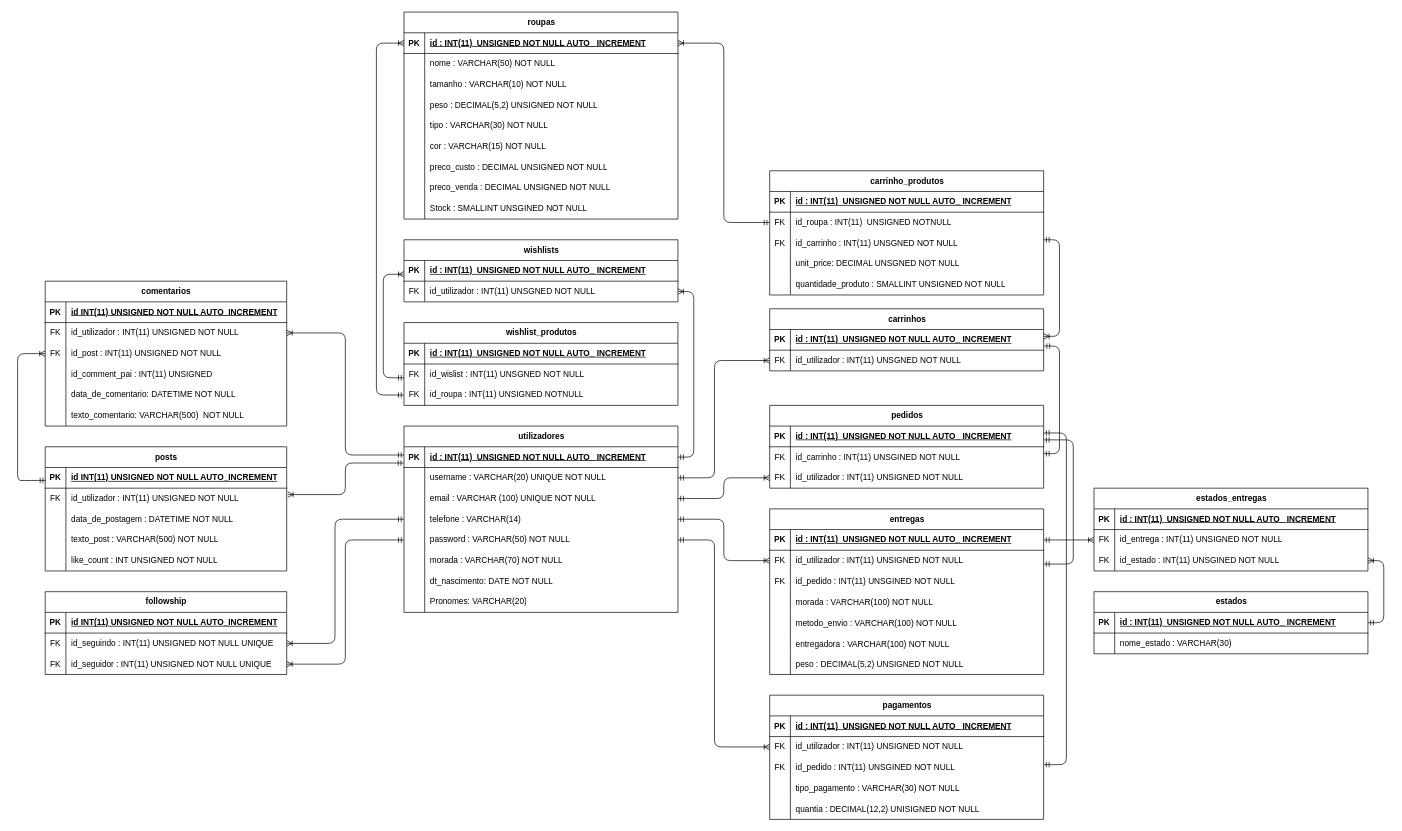
Earlier version of the draw.io diagram 00_PAP_Codigos/Modelo ER/imoral_modelo_er.dio (FabioVitok/PAP). Source tidied: cells renumbered, new cells numbered last; positions are measured from the earlier drawing's top-left corner, leaving out a move shared by most shapes. Both pictures are drawn from the tidied source at 69%, with x=0, y=0 at pixel (17, 12).
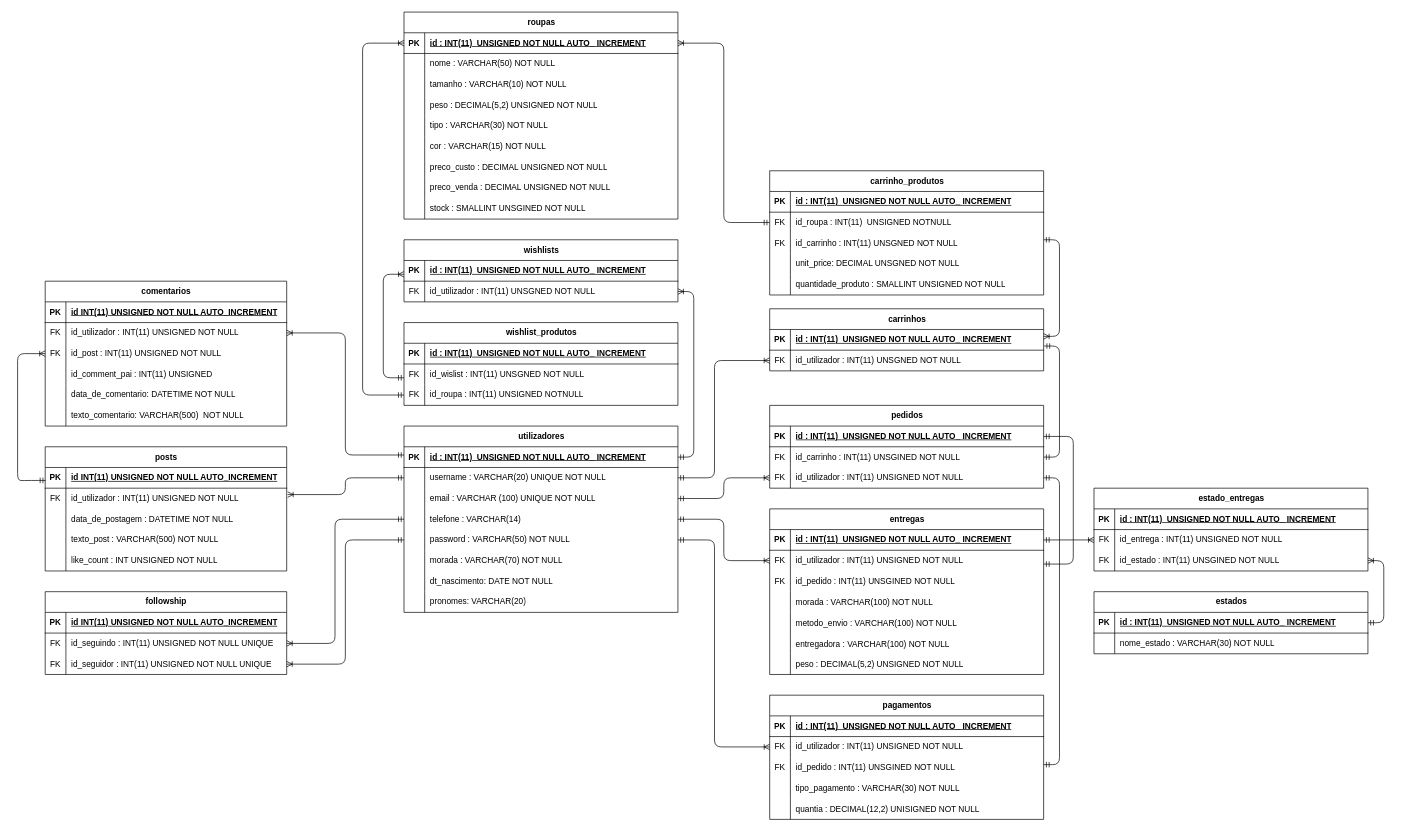
After the change.

The change refers to these unchanged cells:
```xml
<mxCell id="6" style="shape=tableRow;horizontal=0;startSize=0;swimlaneHead=0;swimlaneBody=0;fillColor=none;points=[[0,0.5],[1,0.5]];portConstraint=eastwest;top=0;left=0;right=0;bottom=0;" parent="2" vertex="1">
  <mxGeometry y="60" width="350" height="30" as="geometry" />
</mxCell>
<mxCell id="19" style="shape=tableRow;horizontal=0;startSize=0;swimlaneHead=0;swimlaneBody=0;fillColor=none;points=[[0,0.5],[1,0.5]];portConstraint=eastwest;top=0;left=0;right=0;bottom=1;" parent="18" vertex="1">
  <mxGeometry y="30" width="397" height="30" as="geometry" />
</mxCell>
<mxCell id="22" style="shape=tableRow;horizontal=0;startSize=0;swimlaneHead=0;swimlaneBody=0;fillColor=none;points=[[0,0.5],[1,0.5]];portConstraint=eastwest;top=0;left=0;right=0;bottom=0;" parent="18" vertex="1">
  <mxGeometry y="60" width="397" height="30" as="geometry" />
</mxCell>
<mxCell id="40" style="shape=tableRow;horizontal=0;startSize=0;swimlaneHead=0;swimlaneBody=0;fillColor=none;top=0;left=0;right=0;bottom=0;" parent="18" vertex="1">
  <mxGeometry y="240" width="397" height="30" as="geometry" />
</mxCell>
<mxCell id="44" style="shape=tableRow;horizontal=0;startSize=0;swimlaneHead=0;swimlaneBody=0;fillColor=none;points=[[0,0.5],[1,0.5]];portConstraint=eastwest;top=0;left=0;right=0;bottom=1;" parent="43" vertex="1">
  <mxGeometry y="30" width="397" height="30" as="geometry" />
</mxCell>
<mxCell id="68" style="shape=tableRow;horizontal=0;startSize=0;swimlaneHead=0;swimlaneBody=0;fillColor=none;top=0;left=0;right=0;bottom=0;" parent="43" vertex="1">
  <mxGeometry y="270" width="397" height="30" as="geometry" />
</mxCell>
<mxCell id="101" style="shape=tableRow;horizontal=0;startSize=0;swimlaneHead=0;swimlaneBody=0;fillColor=none;points=[[0,0.5],[1,0.5]];portConstraint=eastwest;top=0;left=0;right=0;bottom=1;" parent="100" vertex="1">
  <mxGeometry y="30" width="397" height="30" as="geometry" />
</mxCell>
<mxCell id="104" style="shape=tableRow;horizontal=0;startSize=0;swimlaneHead=0;swimlaneBody=0;fillColor=none;points=[[0,0.5],[1,0.5]];portConstraint=eastwest;top=0;left=0;right=0;bottom=0;" parent="100" vertex="1">
  <mxGeometry y="60" width="397" height="30" as="geometry" />
</mxCell>
<mxCell id="107" style="shape=tableRow;horizontal=0;startSize=0;swimlaneHead=0;swimlaneBody=0;fillColor=none;points=[[0,0.5],[1,0.5]];portConstraint=eastwest;top=0;left=0;right=0;bottom=0;" parent="100" vertex="1">
  <mxGeometry y="90" width="397" height="30" as="geometry" />
</mxCell>
<mxCell id="111" style="shape=tableRow;horizontal=0;startSize=0;swimlaneHead=0;swimlaneBody=0;fillColor=none;points=[[0,0.5],[1,0.5]];portConstraint=eastwest;top=0;left=0;right=0;bottom=1;" parent="110" vertex="1">
  <mxGeometry y="30" width="397" height="30" as="geometry" />
</mxCell>
<mxCell id="140" style="shape=tableRow;horizontal=0;startSize=0;swimlaneHead=0;swimlaneBody=0;fillColor=none;points=[[0,0.5],[1,0.5]];portConstraint=eastwest;top=0;left=0;right=0;bottom=0;" parent="133" vertex="1">
  <mxGeometry y="90" width="397" height="30" as="geometry" />
</mxCell>
<mxCell id="185" style="shape=tableRow;horizontal=0;startSize=0;swimlaneHead=0;swimlaneBody=0;fillColor=none;points=[[0,0.5],[1,0.5]];portConstraint=eastwest;top=0;left=0;right=0;bottom=0;" parent="178" vertex="1">
  <mxGeometry y="90" width="397" height="30" as="geometry" />
</mxCell>
<mxCell id="216" style="shape=tableRow;horizontal=0;startSize=0;swimlaneHead=0;swimlaneBody=0;fillColor=none;top=0;left=0;right=0;bottom=0;" parent="212" vertex="1">
  <mxGeometry y="60" width="397" height="30" as="geometry" />
</mxCell>
```

The edit, as a diff of the source:
```diff
@@
-    <mxCell id="42" value="Pronomes: VARCHAR(20)" style="shape=partialRectangle;fillColor=none;top=0;left=0;bottom=0;right=0;align=left;spacingLeft=6;overflow=hidden;whiteSpace=wrap;html=1;" parent="40" vertex="1">
+    <mxCell id="42" value="pronomes: VARCHAR(20)" style="shape=partialRectangle;fillColor=none;top=0;left=0;bottom=0;right=0;align=left;spacingLeft=6;overflow=hidden;whiteSpace=wrap;html=1;" parent="40" vertex="1">
       <mxGeometry x="30" width="367" height="30" as="geometry" />
     </mxCell>
@@
-    <mxCell id="70" value="Stock : SMALLINT UNSGINED NOT NULL" style="shape=partialRectangle;fillColor=none;top=0;left=0;bottom=0;right=0;align=left;spacingLeft=6;overflow=hidden;whiteSpace=wrap;html=1;" parent="68" vertex="1">
+    <mxCell id="70" value="stock : SMALLINT UNSGINED NOT NULL" style="shape=partialRectangle;fillColor=none;top=0;left=0;bottom=0;right=0;align=left;spacingLeft=6;overflow=hidden;whiteSpace=wrap;html=1;" parent="68" vertex="1">
       <mxGeometry x="30" width="367" height="30" as="geometry" />
     </mxCell>
@@
-    <mxCell id="189" style="edgeStyle=orthogonalEdgeStyle;html=1;exitX=1.004;exitY=0.309;exitDx=0;exitDy=0;entryX=-0.001;entryY=0.784;entryDx=0;entryDy=0;endArrow=ERmandOne;endFill=0;startArrow=ERoneToMany;startFill=0;entryPerimeter=0;exitPerimeter=0;" parent="1" edge="1" source="6" target="19">
+    <mxCell id="189" style="edgeStyle=orthogonalEdgeStyle;html=1;exitX=1.004;exitY=0.309;exitDx=0;exitDy=0;entryX=0;entryY=0.5;entryDx=0;entryDy=0;endArrow=ERmandOne;endFill=0;startArrow=ERoneToMany;startFill=0;exitPerimeter=0;" parent="1" edge="1" source="6" target="22">
       <mxGeometry relative="1" as="geometry" />
     </mxCell>
@@
-    <mxCell id="194" style="edgeStyle=orthogonalEdgeStyle;html=1;entryX=1.002;entryY=0.8;entryDx=0;entryDy=0;endArrow=ERmandOne;endFill=0;startArrow=ERmandOne;startFill=0;exitX=1;exitY=0.5;exitDx=0;exitDy=0;entryPerimeter=0;" parent="1" edge="1" target="111">
+    <mxCell id="194" style="edgeStyle=orthogonalEdgeStyle;html=1;entryX=1.002;entryY=0.8;entryDx=0;entryDy=0;endArrow=ERmandOne;endFill=0;startArrow=ERmandOne;startFill=0;exitX=1;exitY=0.5;exitDx=0;exitDy=0;entryPerimeter=0;" parent="1" edge="1" source="104" target="111">
       <mxGeometry relative="1" as="geometry">
-        <mxPoint x="1487" y="640" as="sourcePoint" />
         <Array as="points">
-          <mxPoint x="1510" y="640" />
+          <mxPoint x="1510" y="645" />
           <mxPoint x="1510" y="484" />
         </Array>
       </mxGeometry>
     </mxCell>
@@
     <mxCell id="199" style="edgeStyle=orthogonalEdgeStyle;html=1;exitX=0;exitY=0.5;exitDx=0;exitDy=0;entryX=0;entryY=0.5;entryDx=0;entryDy=0;endArrow=ERmandOne;endFill=0;startArrow=ERoneToMany;startFill=0;" parent="1" edge="1" source="44" target="185">
       <mxGeometry relative="1" as="geometry">
         <Array as="points">
-          <mxPoint x="520" y="45" />
-          <mxPoint x="520" y="555" />
+          <mxPoint x="500" y="45" />
+          <mxPoint x="500" y="555" />
         </Array>
       </mxGeometry>
     </mxCell>
@@
-    <mxCell id="202" value="estados_entregas" style="shape=table;startSize=30;childLayout=tableLayout;rowLines=0;fontStyle=1;align=center;html=1;" parent="1" vertex="1">
+    <mxCell id="202" value="estado_entregas" style="shape=table;startSize=30;childLayout=tableLayout;rowLines=0;fontStyle=1;align=center;html=1;" parent="1" vertex="1">
       <mxGeometry x="1560" y="690" width="397" height="120" as="geometry" />
     </mxCell>
@@
-    <mxCell id="218" value="nome_estado : VARCHAR(30)" style="shape=partialRectangle;fillColor=none;top=0;left=0;bottom=0;right=0;align=left;spacingLeft=6;overflow=hidden;whiteSpace=wrap;html=1;" parent="216" vertex="1">
+    <mxCell id="218" value="nome_estado : VARCHAR(30) NOT NULL" style="shape=partialRectangle;fillColor=none;top=0;left=0;bottom=0;right=0;align=left;spacingLeft=6;overflow=hidden;whiteSpace=wrap;html=1;" parent="216" vertex="1">
       <mxGeometry x="30" width="367" height="30" as="geometry" />
     </mxCell>
@@
-    <mxCell id="221" style="edgeStyle=orthogonalEdgeStyle;html=1;entryX=1;entryY=0.5;entryDx=0;entryDy=0;endArrow=ERmandOne;endFill=0;startArrow=ERmandOne;startFill=0;exitX=1;exitY=0.356;exitDx=0;exitDy=0;exitPerimeter=0;" parent="1" edge="1" source="140">
+    <mxCell id="221" style="edgeStyle=orthogonalEdgeStyle;html=1;entryX=1;entryY=0.5;entryDx=0;entryDy=0;endArrow=ERmandOne;endFill=0;startArrow=ERmandOne;startFill=0;exitX=1;exitY=0.356;exitDx=0;exitDy=0;exitPerimeter=0;" parent="1" edge="1" source="140" target="107">
       <mxGeometry relative="1" as="geometry">
-        <mxPoint x="1487" y="610" as="targetPoint" />
         <Array as="points">
-          <mxPoint x="1520" y="1091" />
-          <mxPoint x="1520" y="610" />
+          <mxPoint x="1510" y="1091" />
+          <mxPoint x="1510" y="675" />
         </Array>
       </mxGeometry>
     </mxCell>
-    <mxCell id="222" style="edgeStyle=orthogonalEdgeStyle;html=1;exitX=1;exitY=0.5;exitDx=0;exitDy=0;entryX=1;entryY=0.5;entryDx=0;entryDy=0;endArrow=ERmandOne;endFill=0;startArrow=ERmandOne;startFill=0;" parent="1" edge="1">
+    <mxCell id="222" style="edgeStyle=orthogonalEdgeStyle;html=1;exitX=1;exitY=0.5;exitDx=0;exitDy=0;entryX=1;entryY=0.5;entryDx=0;entryDy=0;endArrow=ERmandOne;endFill=0;startArrow=ERmandOne;startFill=0;" parent="1" edge="1" target="101">
       <mxGeometry relative="1" as="geometry">
         <mxPoint x="1487" y="800" as="sourcePoint" />
-        <mxPoint x="1487" y="620" as="targetPoint" />
         <Array as="points">
           <mxPoint x="1530" y="800" />
-          <mxPoint x="1530" y="620" />
+          <mxPoint x="1530" y="615" />
         </Array>
       </mxGeometry>
     </mxCell>
```
